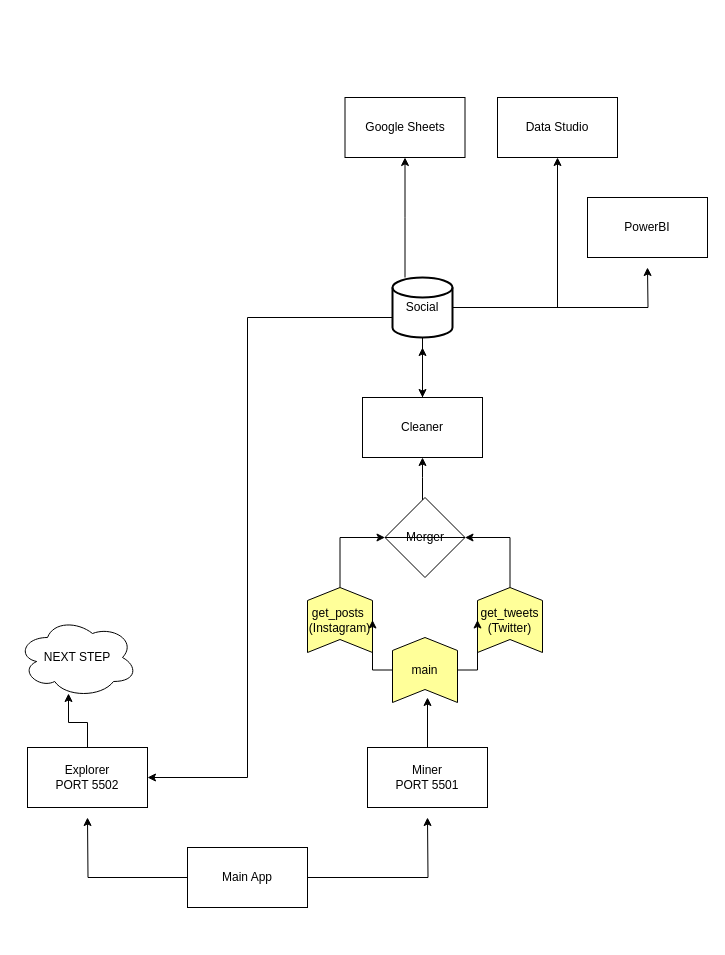
Above: overviewer-fca.drawio in rennanharo/overviewer-serverless (draw.io), before the change. Source tidied: cells renumbered, new cells numbered last; positions are measured from the earlier drawing's top-left corner, leaving out a move shared by most shapes. Both pictures are drawn from the tidied source at 100%, with x=0, y=0 at pixel (17, 97).
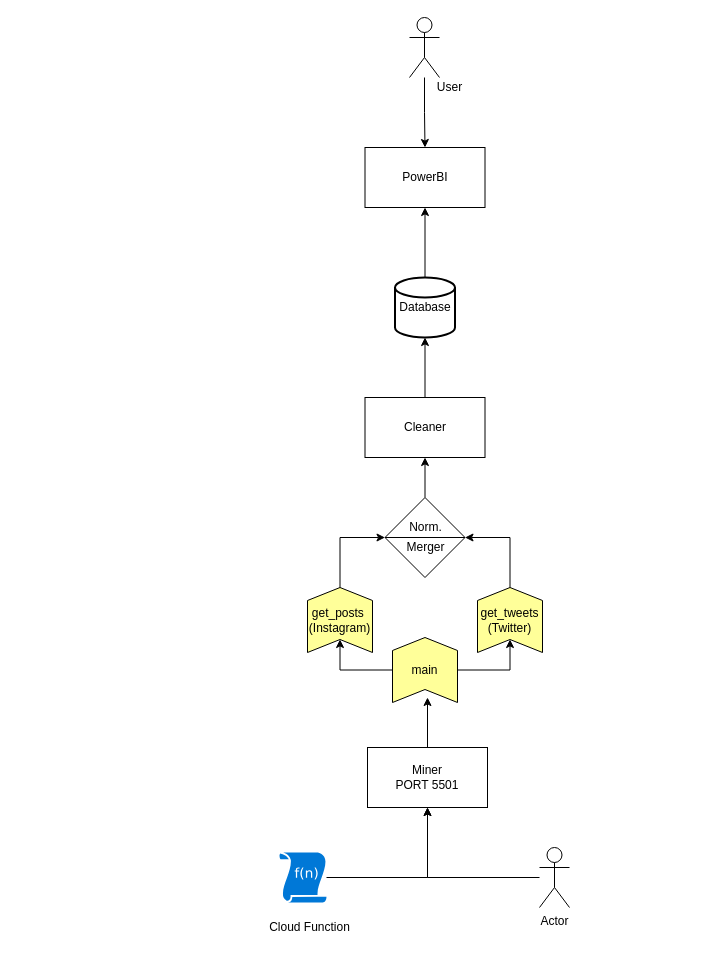
Above is the later version.

The change refers to these unchanged cells:
```xml
<mxCell id="6" value="Miner&lt;br&gt;PORT 5501" style="rounded=0;whiteSpace=wrap;html=1;" parent="1" vertex="1">
  <mxGeometry x="350" y="650" width="120" height="60" as="geometry" />
</mxCell>
<mxCell id="10" value="&lt;font color=&quot;#000000&quot;&gt;get_tweets&lt;br&gt;(Twitter)&lt;br&gt;&lt;/font&gt;" style="html=1;outlineConnect=0;whiteSpace=wrap;fillColor=#ffff99;shape=mxgraph.archimate3.function;" parent="1" vertex="1">
  <mxGeometry x="460" y="490" width="65" height="65" as="geometry" />
</mxCell>
<mxCell id="12" value="&lt;font color=&quot;#000000&quot;&gt;get_posts&amp;nbsp;&lt;br&gt;(Instagram)&lt;br&gt;&lt;/font&gt;" style="html=1;outlineConnect=0;whiteSpace=wrap;fillColor=#ffff99;shape=mxgraph.archimate3.function;" parent="1" vertex="1">
  <mxGeometry x="290" y="490" width="65" height="65" as="geometry" />
</mxCell>
<mxCell id="21" value="&lt;font color=&quot;#000000&quot;&gt;main&lt;br&gt;&lt;/font&gt;" style="html=1;outlineConnect=0;whiteSpace=wrap;fillColor=#ffff99;shape=mxgraph.archimate3.function;" parent="1" vertex="1">
  <mxGeometry x="375" y="540" width="65" height="65" as="geometry" />
</mxCell>
```

Change to the diagram source:
```diff
@@
-    <mxCell id="2" style="edgeStyle=orthogonalEdgeStyle;rounded=0;jettySize=auto;html=1;" parent="1" edge="1" source="4">
-      <mxGeometry relative="1" as="geometry">
-        <mxPoint x="410" y="720" as="targetPoint" />
-      </mxGeometry>
-    </mxCell>
-    <mxCell id="3" style="edgeStyle=orthogonalEdgeStyle;rounded=0;jettySize=auto;html=1;" parent="1" edge="1" source="4">
-      <mxGeometry relative="1" as="geometry">
-        <mxPoint x="70" y="720" as="targetPoint" />
-      </mxGeometry>
-    </mxCell>
-    <mxCell id="4" value="Main App" style="rounded=0;whiteSpace=wrap;html=1;" parent="1" vertex="1">
-      <mxGeometry x="170" y="750" width="120" height="60" as="geometry" />
-    </mxCell>
+    <mxCell id="30" style="edgeStyle=orthogonalEdgeStyle;rounded=0;jettySize=auto;html=1;entryX=0.5;entryY=0;entryDx=0;entryDy=0;" parent="1" edge="1" source="31" target="26">
+      <mxGeometry relative="1" as="geometry" />
+    </mxCell>
+    <mxCell id="31" style="shape=umlActor;verticalLabelPosition=bottom;verticalAlign=top;html=1;outlineConnect=0;" parent="1" vertex="1">
+      <mxGeometry x="392" y="-80" width="30" height="60" as="geometry" />
+    </mxCell>
+    <mxCell id="32" value="User" style="text;html=1;align=center;verticalAlign=middle;" parent="1" vertex="1">
+      <mxGeometry x="412" y="-20" width="40" height="20" as="geometry" />
+    </mxCell>
+    <mxCell id="33" style="edgeStyle=orthogonalEdgeStyle;rounded=0;jettySize=auto;html=1;entryX=0.5;entryY=1;entryDx=0;entryDy=0;" parent="1" edge="1" source="34" target="6">
+      <mxGeometry relative="1" as="geometry" />
+    </mxCell>
+    <mxCell id="34" value="Actor" style="shape=umlActor;verticalLabelPosition=bottom;verticalAlign=top;html=1;outlineConnect=0;" parent="1" vertex="1">
+      <mxGeometry x="522" y="750" width="30" height="60" as="geometry" />
+    </mxCell>
+    <mxCell id="35" style="edgeStyle=orthogonalEdgeStyle;rounded=0;jettySize=auto;html=1;entryX=0.5;entryY=1;entryDx=0;entryDy=0;" parent="1" edge="1" source="36" target="6">
+      <mxGeometry relative="1" as="geometry" />
+    </mxCell>
+    <mxCell id="36" style="shadow=0;dashed=0;html=1;strokeColor=none;labelPosition=center;verticalLabelPosition=bottom;verticalAlign=top;align=center;shape=mxgraph.mscae.enterprise.udf_function;fillColor=#0078D7;" parent="1" vertex="1">
+      <mxGeometry x="262" y="755" width="47" height="50" as="geometry" />
+    </mxCell>
+    <mxCell id="37" value="Cloud Function" style="text;html=1;align=center;verticalAlign=middle;" parent="1" vertex="1">
+      <mxGeometry x="242" y="820" width="100" height="20" as="geometry" />
+    </mxCell>
@@
-    <mxCell id="7" style="edgeStyle=orthogonalEdgeStyle;rounded=0;jettySize=auto;html=1;entryX=0.425;entryY=0.95;entryDx=0;entryDy=0;entryPerimeter=0;" parent="1" edge="1" source="8" target="29">
-      <mxGeometry relative="1" as="geometry" />
-    </mxCell>
-    <mxCell id="8" value="Explorer&lt;br&gt;PORT 5502" style="rounded=0;whiteSpace=wrap;html=1;" parent="1" vertex="1">
-      <mxGeometry x="10" y="650" width="120" height="60" as="geometry" />
-    </mxCell>
-    <mxCell id="9" style="edgeStyle=orthogonalEdgeStyle;rounded=0;jettySize=auto;html=1;entryX=1;entryY=0.5;entryDx=0;entryDy=0;" parent="1" edge="1" source="10" target="25">
-      <mxGeometry relative="1" as="geometry">
-        <Array as="points">
-          <mxPoint x="492" y="440" />
-        </Array>
-      </mxGeometry>
-    </mxCell>
@@
-    <mxCell id="11" style="edgeStyle=orthogonalEdgeStyle;rounded=0;jettySize=auto;html=1;entryX=0;entryY=0.5;entryDx=0;entryDy=0;" parent="1" edge="1" source="12" target="25">
-      <mxGeometry relative="1" as="geometry">
-        <Array as="points">
-          <mxPoint x="322" y="440" />
-        </Array>
-      </mxGeometry>
-    </mxCell>
@@
-    <mxCell id="13" style="edgeStyle=orthogonalEdgeStyle;rounded=0;jettySize=auto;html=1;entryX=1;entryY=0.5;entryDx=0;entryDy=0;" parent="1" edge="1" source="18" target="8">
-      <mxGeometry relative="1" as="geometry">
-        <Array as="points">
-          <mxPoint x="230" y="220" />
-          <mxPoint x="230" y="680" />
-        </Array>
-      </mxGeometry>
-    </mxCell>
-    <mxCell id="14" style="edgeStyle=orthogonalEdgeStyle;rounded=0;jettySize=auto;html=1;entryX=0.5;entryY=1;entryDx=0;entryDy=0;" parent="1" edge="1" source="18" target="28">
-      <mxGeometry relative="1" as="geometry">
-        <Array as="points">
-          <mxPoint x="388" y="120" />
-        </Array>
-      </mxGeometry>
-    </mxCell>
-    <mxCell id="15" style="edgeStyle=orthogonalEdgeStyle;rounded=0;jettySize=auto;html=1;entryX=0.5;entryY=1;entryDx=0;entryDy=0;" parent="1" edge="1" source="18" target="27">
-      <mxGeometry relative="1" as="geometry" />
-    </mxCell>
-    <mxCell id="16" style="edgeStyle=orthogonalEdgeStyle;rounded=0;jettySize=auto;html=1;" parent="1" edge="1" source="18">
-      <mxGeometry relative="1" as="geometry">
-        <mxPoint x="630" y="170" as="targetPoint" />
-      </mxGeometry>
-    </mxCell>
-    <mxCell id="17" style="edgeStyle=orthogonalEdgeStyle;rounded=0;jettySize=auto;html=1;" parent="1" edge="1" source="18" target="23">
-      <mxGeometry relative="1" as="geometry" />
-    </mxCell>
+    <mxCell id="38" style="edgeStyle=orthogonalEdgeStyle;rounded=0;jettySize=auto;html=1;entryX=0.5;entryY=1;entryDx=0;entryDy=0;" parent="1" edge="1" source="18" target="26">
+      <mxGeometry relative="1" as="geometry" />
+    </mxCell>
-    <mxCell id="18" value="Social" style="strokeWidth=2;html=1;shape=mxgraph.flowchart.database;whiteSpace=wrap;" parent="1" vertex="1">
-      <mxGeometry x="375" y="180" width="60" height="60" as="geometry" />
+    <mxCell id="18" value="Database" style="strokeWidth=2;html=1;shape=mxgraph.flowchart.database;whiteSpace=wrap;" parent="1" vertex="1">
+      <mxGeometry x="377.5" y="180" width="60" height="60" as="geometry" />
     </mxCell>
+    <mxCell id="20" style="edgeStyle=orthogonalEdgeStyle;rounded=0;jettySize=auto;html=1;entryX=0.5;entryY=0.8;entryDx=0;entryDy=0;entryPerimeter=0;" parent="1" edge="1" source="21" target="10">
+      <mxGeometry relative="1" as="geometry">
+        <Array as="points">
+          <mxPoint x="493" y="573" />
+        </Array>
+      </mxGeometry>
+    </mxCell>
-    <mxCell id="19" style="edgeStyle=orthogonalEdgeStyle;rounded=0;jettySize=auto;html=1;" parent="1" edge="1" source="21" target="12">
-      <mxGeometry relative="1" as="geometry" />
+    <mxCell id="19" style="edgeStyle=orthogonalEdgeStyle;rounded=0;jettySize=auto;html=1;entryX=0.5;entryY=0.8;entryDx=0;entryDy=0;entryPerimeter=0;" parent="1" edge="1" source="21" target="12">
+      <mxGeometry relative="1" as="geometry">
+        <Array as="points">
+          <mxPoint x="323" y="573" />
+        </Array>
+      </mxGeometry>
     </mxCell>
-    <mxCell id="20" style="edgeStyle=orthogonalEdgeStyle;rounded=0;jettySize=auto;html=1;" parent="1" edge="1" source="21" target="10">
-      <mxGeometry relative="1" as="geometry" />
-    </mxCell>
@@
-    <mxCell id="22" style="edgeStyle=orthogonalEdgeStyle;rounded=0;jettySize=auto;html=1;" parent="1" edge="1" source="23">
-      <mxGeometry relative="1" as="geometry">
-        <mxPoint x="405" y="250" as="targetPoint" />
-      </mxGeometry>
+    <mxCell id="22" style="edgeStyle=orthogonalEdgeStyle;rounded=0;jettySize=auto;html=1;entryX=0.5;entryY=1;entryDx=0;entryDy=0;entryPerimeter=0;" parent="1" edge="1" source="23" target="18">
+      <mxGeometry relative="1" as="geometry" />
     </mxCell>
     <mxCell id="23" value="Cleaner" style="rounded=0;whiteSpace=wrap;html=1;" parent="1" vertex="1">
-      <mxGeometry x="345" y="300" width="120" height="60" as="geometry" />
+      <mxGeometry x="347.5" y="300" width="120" height="60" as="geometry" />
     </mxCell>
     <mxCell id="24" style="edgeStyle=orthogonalEdgeStyle;rounded=0;jettySize=auto;html=1;entryX=0.5;entryY=1;entryDx=0;entryDy=0;" parent="1" edge="1" source="25" target="23">
-      <mxGeometry relative="1" as="geometry">
-        <Array as="points">
-          <mxPoint x="405" y="380" />
-          <mxPoint x="405" y="380" />
-        </Array>
-      </mxGeometry>
+      <mxGeometry relative="1" as="geometry" />
     </mxCell>
-    <mxCell id="25" value="Merger" style="shape=sortShape;perimeter=rhombusPerimeter;whiteSpace=wrap;html=1;" parent="1" vertex="1">
+    <mxCell id="25" style="shape=sortShape;perimeter=rhombusPerimeter;whiteSpace=wrap;html=1;" parent="1" vertex="1">
       <mxGeometry x="367.5" y="400" width="80" height="80" as="geometry" />
     </mxCell>
+    <mxCell id="9" style="edgeStyle=orthogonalEdgeStyle;rounded=0;jettySize=auto;html=1;entryX=1;entryY=0.5;entryDx=0;entryDy=0;" parent="1" edge="1" source="10" target="25">
+      <mxGeometry relative="1" as="geometry">
+        <Array as="points">
+          <mxPoint x="492" y="440" />
+        </Array>
+      </mxGeometry>
+    </mxCell>
+    <mxCell id="11" style="edgeStyle=orthogonalEdgeStyle;rounded=0;jettySize=auto;html=1;entryX=0;entryY=0.5;entryDx=0;entryDy=0;" parent="1" edge="1" source="12" target="25">
+      <mxGeometry relative="1" as="geometry">
+        <Array as="points">
+          <mxPoint x="322" y="440" />
+        </Array>
+      </mxGeometry>
+    </mxCell>
     <mxCell id="26" value="PowerBI" style="rounded=0;whiteSpace=wrap;html=1;" parent="1" vertex="1">
-      <mxGeometry x="570" y="100" width="120" height="60" as="geometry" />
+      <mxGeometry x="347.5" y="50" width="120" height="60" as="geometry" />
     </mxCell>
-    <mxCell id="27" value="Data Studio" style="rounded=0;whiteSpace=wrap;html=1;" parent="1" vertex="1">
-      <mxGeometry x="480" width="120" height="60" as="geometry" />
-    </mxCell>
-    <mxCell id="28" value="Google Sheets" style="rounded=0;whiteSpace=wrap;html=1;" parent="1" vertex="1">
-      <mxGeometry x="327.5" width="120" height="60" as="geometry" />
-    </mxCell>
-    <mxCell id="29" value="NEXT STEP" style="ellipse;shape=cloud;whiteSpace=wrap;html=1;" parent="1" vertex="1">
-      <mxGeometry y="520" width="120" height="80" as="geometry" />
-    </mxCell>
+    <mxCell id="39" value="Merger" style="text;html=1;align=center;verticalAlign=middle;" parent="1" vertex="1">
+      <mxGeometry x="382.5" y="440" width="50" height="20" as="geometry" />
+    </mxCell>
+    <mxCell id="40" value="Norm." style="text;html=1;align=center;verticalAlign=middle;" parent="1" vertex="1">
+      <mxGeometry x="382.5" y="420" width="50" height="20" as="geometry" />
+    </mxCell>
```
